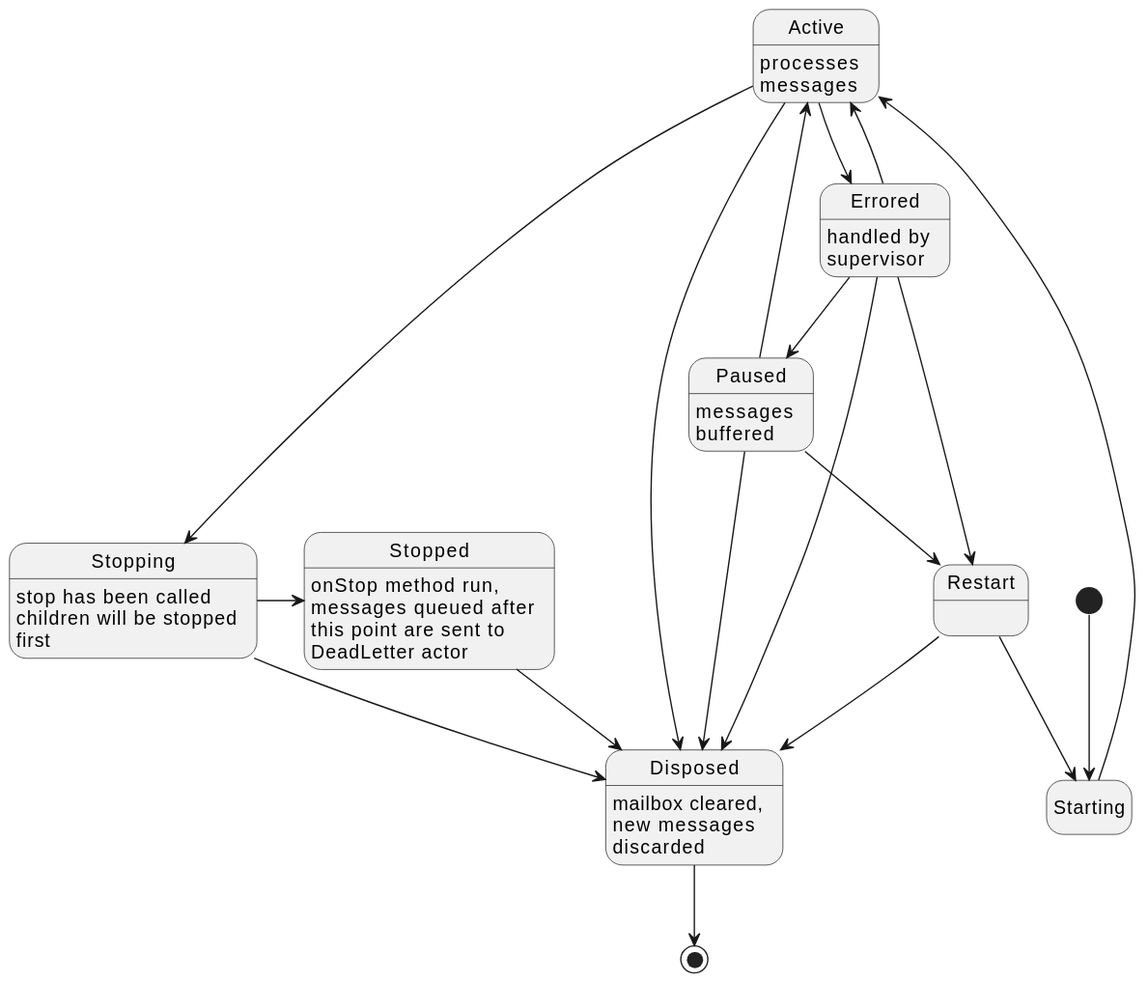
davidmoten/reels keeps this PlantUML diagram as src/docs/state-diagram.svg. Above is the earlier version.
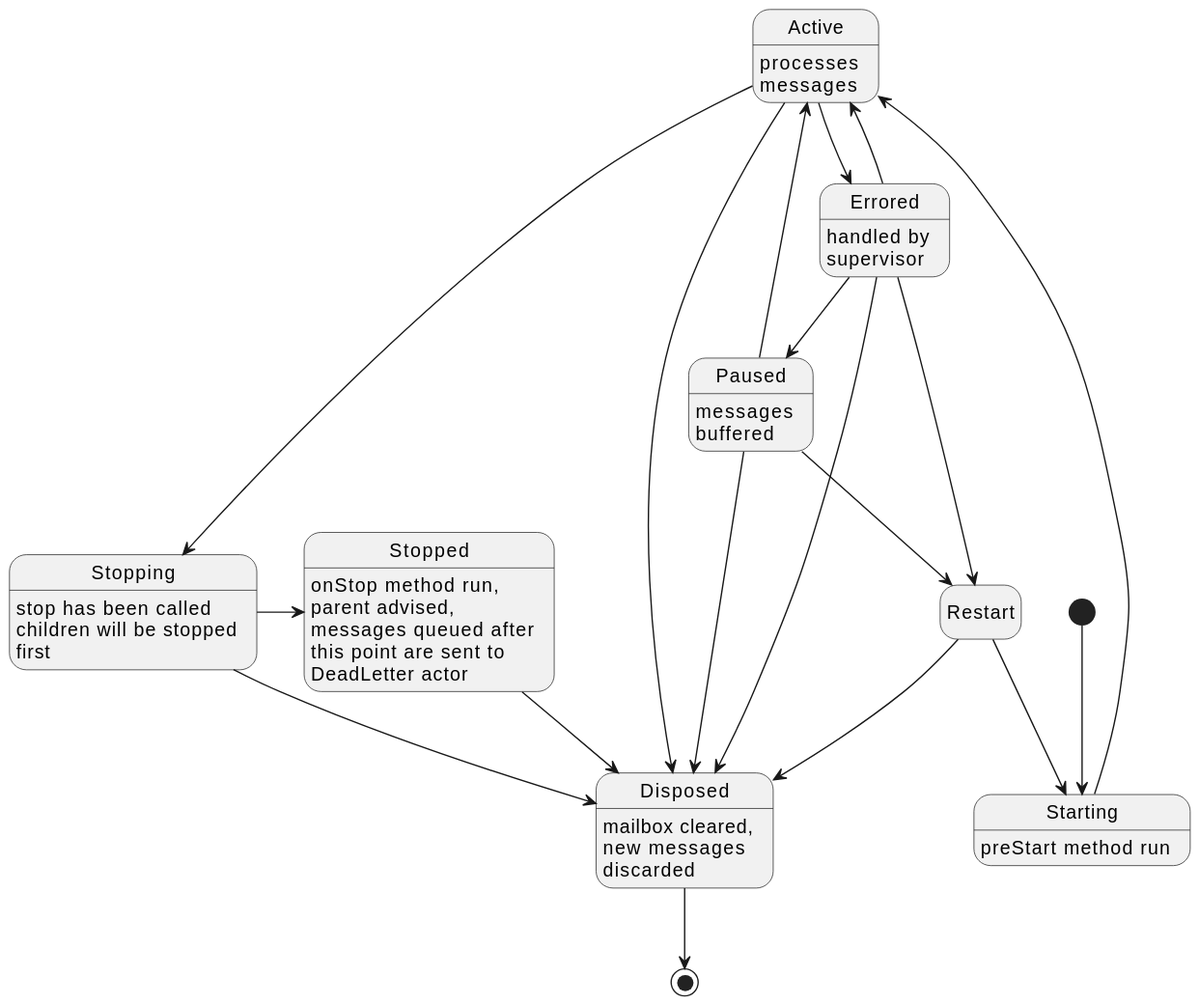
The same file after the commit.

Diff of the diagram source:
```diff
@@ -21,10 +21,10 @@
 
 Active: processes\nmessages
 Stopping: stop has been called\nchildren will be stopped\nfirst
-Stopped: onStop method run,\nmessages queued after\nthis point are sent to\nDeadLetter actor
+Stopped: onStop method run,\nparent advised,\nmessages queued after\nthis point are sent to\nDeadLetter actor
 Paused: messages\nbuffered
 Disposed: mailbox cleared,\nnew messages\ndiscarded
 Errored: handled by\nsupervisor
-Restart:
+Starting: preStart method run
 
 @enduml
```
